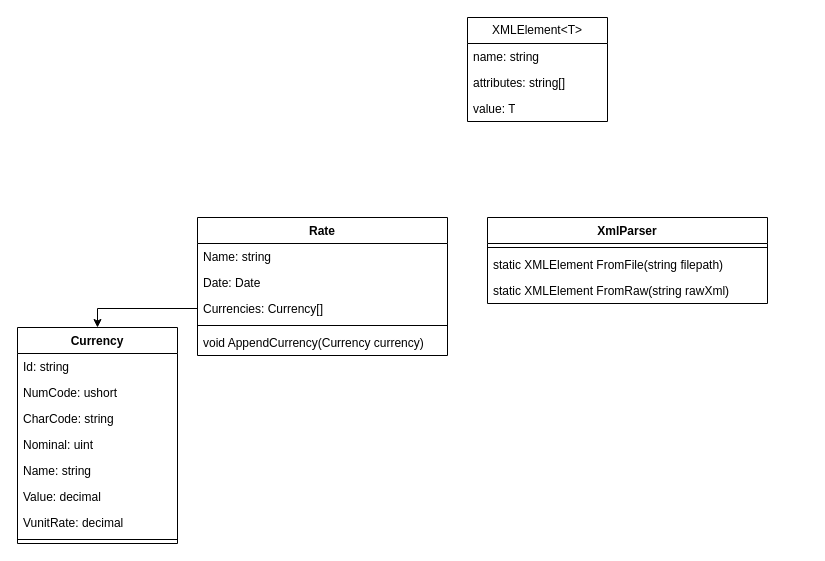
Before: Cbr/docs/CbrArchitecture.drawio in alozhka/TLOnboarding, a draw.io diagram. Source tidied: cells renumbered, new cells numbered last; positions are measured from the earlier drawing's top-left corner, leaving out a move shared by most shapes. Both pictures are drawn from the tidied source at 100%, with x=0, y=0 at pixel (17, 17).
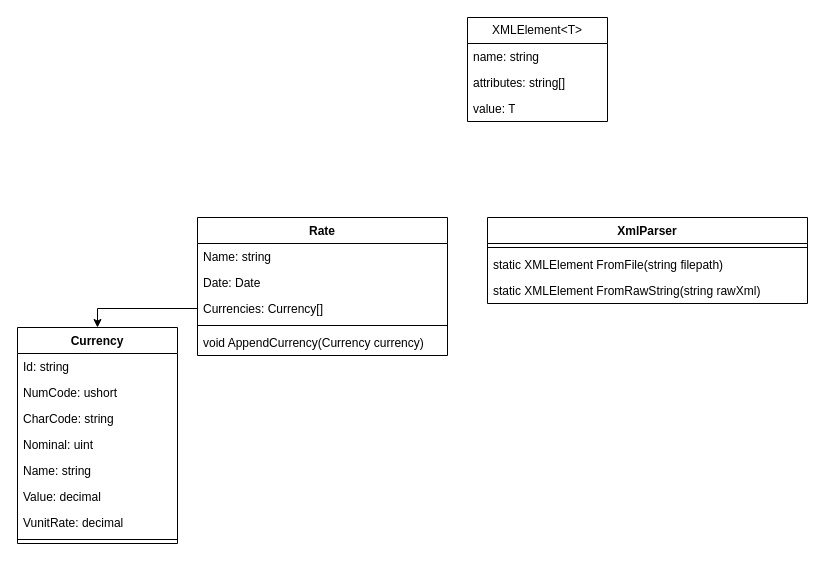
Above is the later version.

Commit message:
Апдейт разметки

The edit, as a diff of the source:
```diff
@@
     <mxCell id="18" value="XmlParser" style="swimlane;fontStyle=1;align=center;verticalAlign=top;horizontal=1;startSize=26;whiteSpace=wrap;html=1;" parent="1" vertex="1">
-      <mxGeometry x="470" y="200" width="280" height="86" as="geometry" />
+      <mxGeometry x="470" y="200" width="320" height="86" as="geometry" />
     </mxCell>
     <mxCell id="19" style="line;strokeWidth=1;fillColor=none;align=left;verticalAlign=middle;spacingTop=-1;spacingLeft=3;spacingRight=3;labelPosition=right;strokeColor=inherit;" parent="18" vertex="1">
-      <mxGeometry y="26" width="280" height="8" as="geometry" />
+      <mxGeometry y="26" width="320" height="8" as="geometry" />
     </mxCell>
     <mxCell id="20" value="static XMLElement FromFile(string filepath)" style="text;strokeColor=none;fillColor=none;align=left;verticalAlign=top;spacingLeft=4;spacingRight=4;overflow=hidden;whiteSpace=wrap;html=1;" parent="18" vertex="1">
-      <mxGeometry y="34" width="280" height="26" as="geometry" />
+      <mxGeometry y="34" width="320" height="26" as="geometry" />
     </mxCell>
-    <mxCell id="21" value="static XMLElement&amp;nbsp;FromRaw(string rawXml)&lt;span style=&quot;white-space: pre;&quot;&gt;&#9;&lt;/span&gt;" style="text;strokeColor=none;fillColor=none;align=left;verticalAlign=top;spacingLeft=4;spacingRight=4;overflow=hidden;whiteSpace=wrap;html=1;" parent="18" vertex="1">
-      <mxGeometry y="60" width="280" height="26" as="geometry" />
+    <mxCell id="21" value="static XMLElement&amp;nbsp;FromRawString(string rawXml)&lt;span style=&quot;white-space: pre;&quot;&gt;&#9;&lt;/span&gt;" style="text;strokeColor=none;fillColor=none;align=left;verticalAlign=top;spacingLeft=4;spacingRight=4;overflow=hidden;whiteSpace=wrap;html=1;" parent="18" vertex="1">
+      <mxGeometry y="60" width="320" height="26" as="geometry" />
     </mxCell>
```
